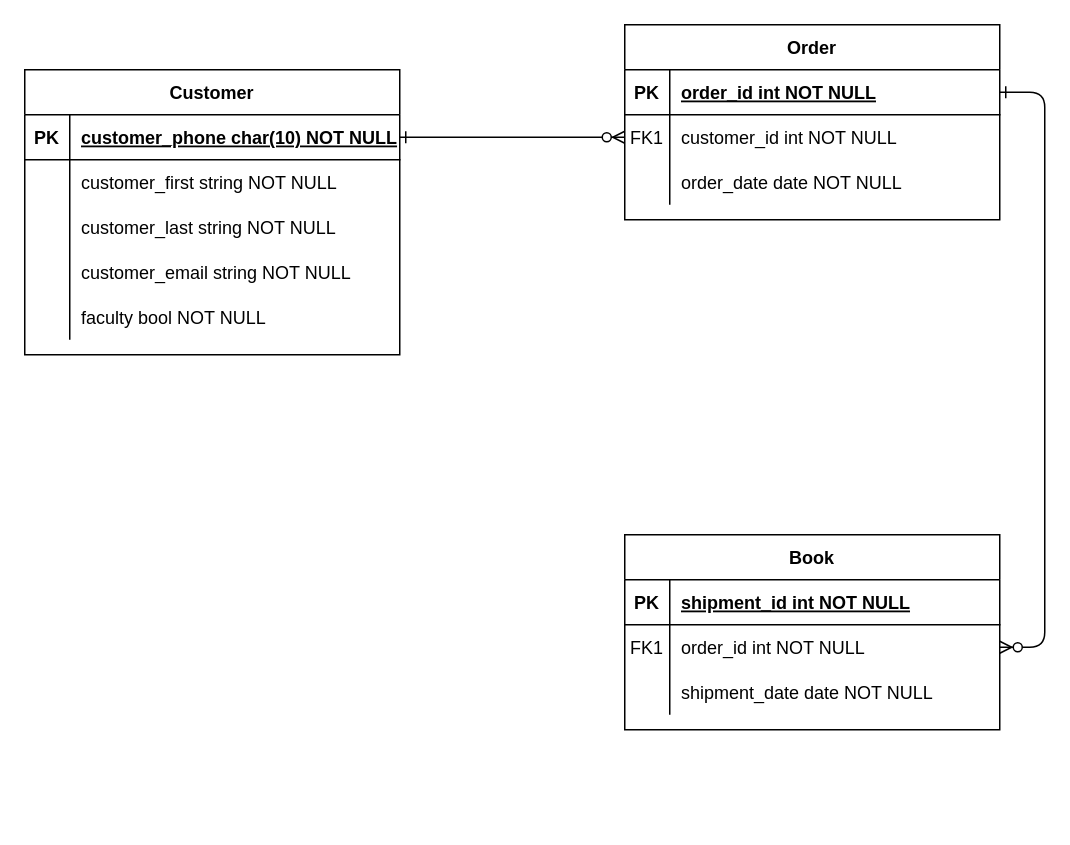
Before: Untitled Diagram.drawio in smithzt2/BOMS, a draw.io diagram. Source tidied: cells renumbered, new cells numbered last; positions are measured from the earlier drawing's top-left corner, leaving out a move shared by most shapes. Both pictures are drawn from the tidied source at 150%, with x=0, y=0 at pixel (24, 24).
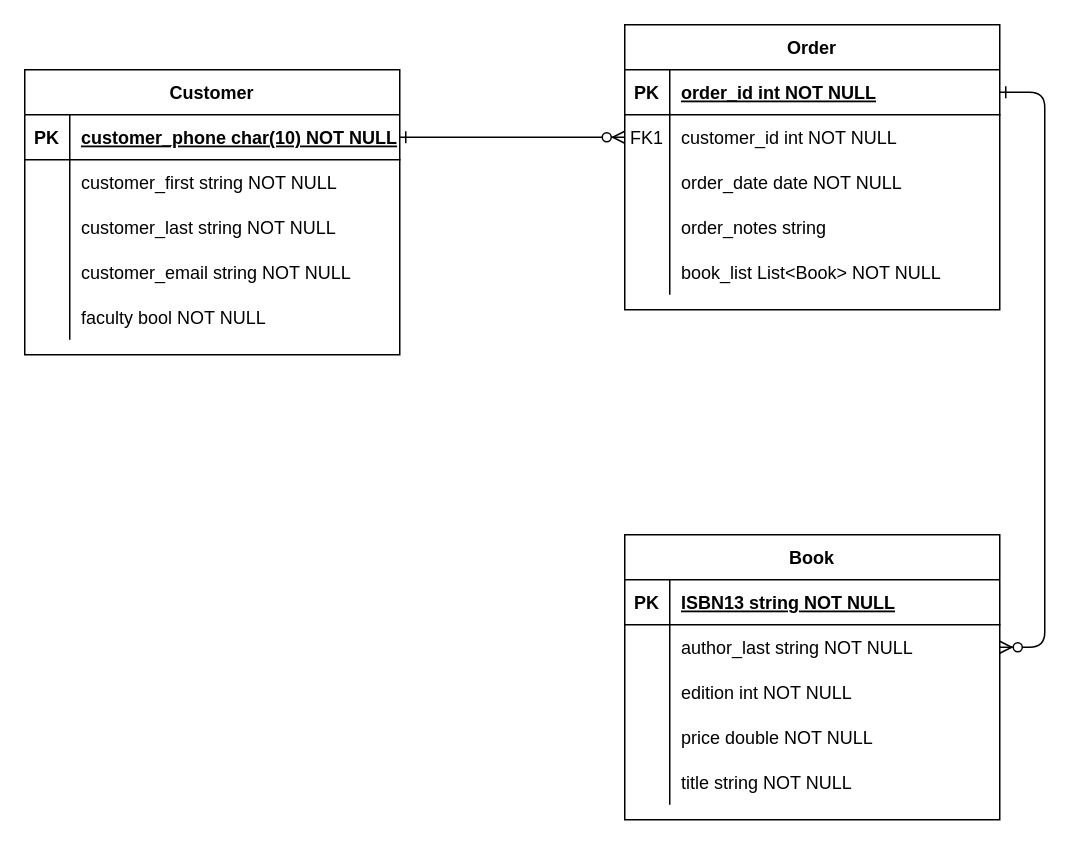
Above is the later version.

The change refers to these unchanged cells:
```xml
<mxCell id="15" style="shape=partialRectangle;fillColor=none;top=0;left=0;right=0;bottom=1;" parent="14" vertex="1">
  <mxGeometry y="30" width="250" height="30" as="geometry" />
</mxCell>
<mxCell id="18" style="shape=partialRectangle;fillColor=none;points=[[0,0.5],[1,0.5]];portConstraint=eastwest;top=0;left=0;right=0;bottom=0;" parent="14" vertex="1">
  <mxGeometry y="60" width="250" height="30" as="geometry" />
</mxCell>
<mxCell id="21" style="shape=partialRectangle;fillColor=none;top=0;left=0;right=0;bottom=0;" parent="14" vertex="1">
  <mxGeometry y="90" width="250" height="30" as="geometry" />
</mxCell>
```

What changed in the source:
```diff
@@
     <mxCell id="4" value="Order" style="shape=table;startSize=30;childLayout=tableLayout;rowLines=0;fontStyle=1;align=center;" parent="1" vertex="1">
-      <mxGeometry x="400" width="250" height="130" as="geometry" />
+      <mxGeometry x="400" width="250" height="190" as="geometry" />
     </mxCell>
@@
+    <mxCell id="40" style="shape=partialRectangle;fillColor=none;top=0;left=0;right=0;bottom=0;" parent="4" vertex="1">
+      <mxGeometry y="120" width="250" height="30" as="geometry" />
+    </mxCell>
+    <mxCell id="41" style="shape=partialRectangle;overflow=hidden;fillColor=none;top=0;left=0;bottom=0;right=0;" parent="40" vertex="1">
+      <mxGeometry width="30" height="30" as="geometry" />
+    </mxCell>
+    <mxCell id="42" value="order_notes string " style="shape=partialRectangle;overflow=hidden;fillColor=none;top=0;left=0;bottom=0;right=0;align=left;spacingLeft=6;" parent="40" vertex="1">
+      <mxGeometry x="30" width="220" height="30" as="geometry" />
+    </mxCell>
+    <mxCell id="43" style="shape=partialRectangle;fillColor=none;top=0;left=0;right=0;bottom=0;" parent="4" vertex="1">
+      <mxGeometry y="150" width="250" height="30" as="geometry" />
+    </mxCell>
+    <mxCell id="44" style="shape=partialRectangle;overflow=hidden;fillColor=none;top=0;left=0;bottom=0;right=0;" parent="43" vertex="1">
+      <mxGeometry width="30" height="30" as="geometry" />
+    </mxCell>
+    <mxCell id="45" value="book_list List&lt;Book&gt; NOT NULL" style="shape=partialRectangle;overflow=hidden;fillColor=none;top=0;left=0;bottom=0;right=0;align=left;spacingLeft=6;" parent="43" vertex="1">
+      <mxGeometry x="30" width="220" height="30" as="geometry" />
+    </mxCell>
     <mxCell id="14" value="Book" style="shape=table;startSize=30;childLayout=tableLayout;rowLines=0;fontStyle=1;align=center;" parent="1" vertex="1">
-      <mxGeometry x="400" y="340" width="250" height="130" as="geometry" />
+      <mxGeometry x="400" y="340" width="250" height="190" as="geometry" />
     </mxCell>
@@
-    <mxCell id="17" value="shipment_id int NOT NULL " style="shape=partialRectangle;overflow=hidden;fillColor=none;top=0;left=0;bottom=0;right=0;align=left;spacingLeft=6;fontStyle=5;" parent="15" vertex="1">
+    <mxCell id="17" value="ISBN13 string NOT NULL" style="shape=partialRectangle;overflow=hidden;fillColor=none;top=0;left=0;bottom=0;right=0;align=left;spacingLeft=6;fontStyle=5;" parent="15" vertex="1">
       <mxGeometry x="30" width="220" height="30" as="geometry" />
     </mxCell>
@@
-    <mxCell id="19" value="FK1" style="shape=partialRectangle;overflow=hidden;fillColor=none;top=0;left=0;bottom=0;right=0;" parent="18" vertex="1">
+    <mxCell id="19" style="shape=partialRectangle;overflow=hidden;fillColor=none;top=0;left=0;bottom=0;right=0;" parent="18" vertex="1">
       <mxGeometry width="30" height="30" as="geometry" />
     </mxCell>
-    <mxCell id="20" value="order_id int NOT NULL" style="shape=partialRectangle;overflow=hidden;fillColor=none;top=0;left=0;bottom=0;right=0;align=left;spacingLeft=6;" parent="18" vertex="1">
+    <mxCell id="20" value="author_last string NOT NULL" style="shape=partialRectangle;overflow=hidden;fillColor=none;top=0;left=0;bottom=0;right=0;align=left;spacingLeft=6;" parent="18" vertex="1">
       <mxGeometry x="30" width="220" height="30" as="geometry" />
     </mxCell>
@@
-    <mxCell id="23" value="shipment_date date NOT NULL" style="shape=partialRectangle;overflow=hidden;fillColor=none;top=0;left=0;bottom=0;right=0;align=left;spacingLeft=6;" parent="21" vertex="1">
+    <mxCell id="23" value="edition int NOT NULL" style="shape=partialRectangle;overflow=hidden;fillColor=none;top=0;left=0;bottom=0;right=0;align=left;spacingLeft=6;" parent="21" vertex="1">
       <mxGeometry x="30" width="220" height="30" as="geometry" />
     </mxCell>
+    <mxCell id="46" style="shape=partialRectangle;fillColor=none;top=0;left=0;right=0;bottom=0;" parent="14" vertex="1">
+      <mxGeometry y="120" width="250" height="30" as="geometry" />
+    </mxCell>
+    <mxCell id="47" style="shape=partialRectangle;overflow=hidden;fillColor=none;top=0;left=0;bottom=0;right=0;" parent="46" vertex="1">
+      <mxGeometry width="30" height="30" as="geometry" />
+    </mxCell>
+    <mxCell id="48" value="price double NOT NULL" style="shape=partialRectangle;overflow=hidden;fillColor=none;top=0;left=0;bottom=0;right=0;align=left;spacingLeft=6;" parent="46" vertex="1">
+      <mxGeometry x="30" width="220" height="30" as="geometry" />
+    </mxCell>
+    <mxCell id="49" style="shape=partialRectangle;fillColor=none;top=0;left=0;right=0;bottom=0;" parent="14" vertex="1">
+      <mxGeometry y="150" width="250" height="30" as="geometry" />
+    </mxCell>
+    <mxCell id="50" style="shape=partialRectangle;overflow=hidden;fillColor=none;top=0;left=0;bottom=0;right=0;" parent="49" vertex="1">
+      <mxGeometry width="30" height="30" as="geometry" />
+    </mxCell>
+    <mxCell id="51" value="title string NOT NULL" style="shape=partialRectangle;overflow=hidden;fillColor=none;top=0;left=0;bottom=0;right=0;align=left;spacingLeft=6;" parent="49" vertex="1">
+      <mxGeometry x="30" width="220" height="30" as="geometry" />
+    </mxCell>
```
